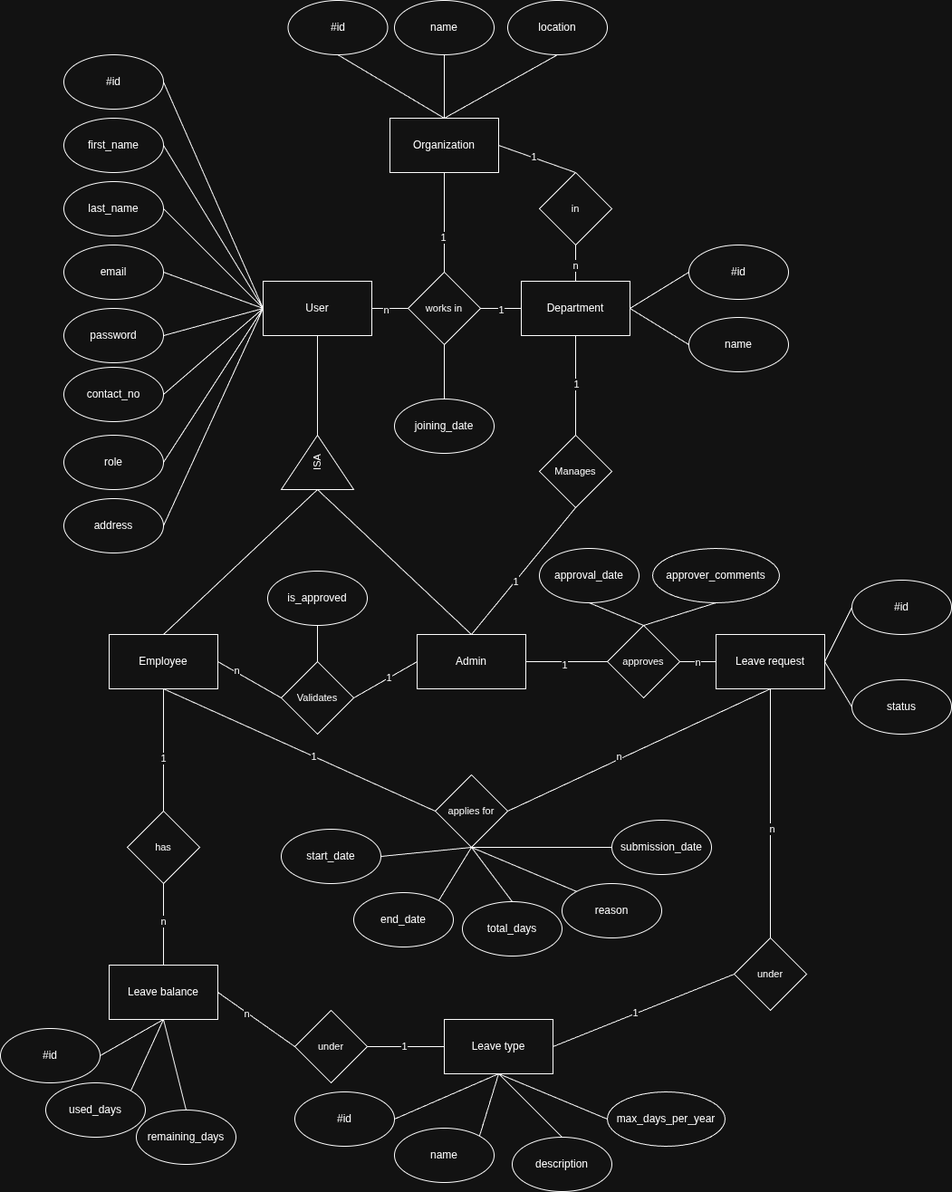
This is software_design_files/ER_diagram/ELMS_ERD.png from arpan-mondal-3000/elms-software, a draw.io export, as it was before one commit. Source tidied: cells renumbered, new cells last; positions are measured from the earlier drawing's top-left corner, leaving out a move shared by most shapes.
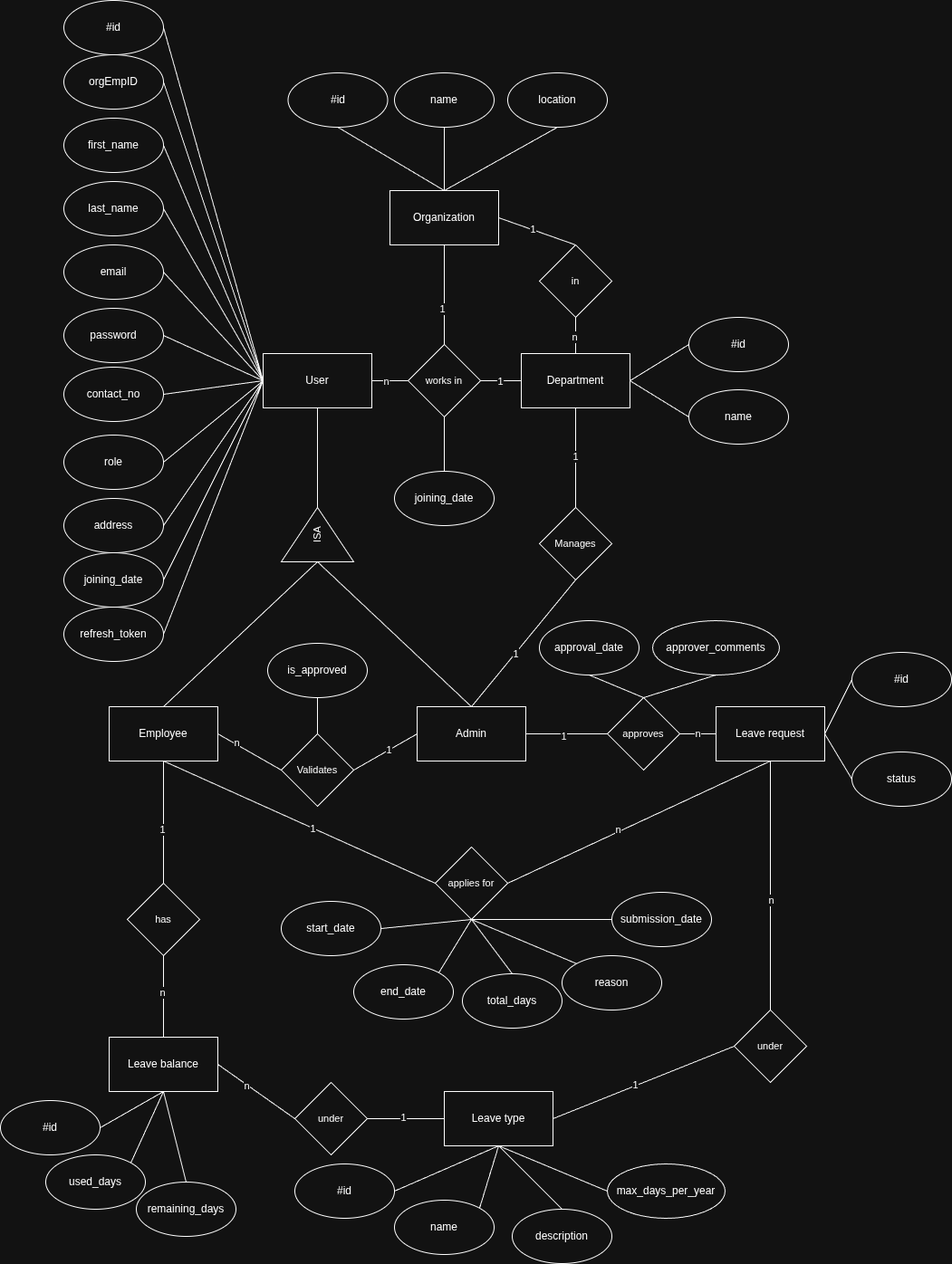
After the commit.

What changed in the source:
```diff
@@ -36,28 +36,28 @@
       <mxGeometry x="290" y="310" width="120" height="60" as="geometry" />
     </mxCell>
     <mxCell id="13" value="#id" style="ellipse;whiteSpace=wrap;html=1;" parent="1" vertex="1">
-      <mxGeometry x="70" y="60" width="110" height="60" as="geometry" />
+      <mxGeometry x="70" y="-80" width="110" height="60" as="geometry" />
     </mxCell>
     <mxCell id="14" value="first_name" style="ellipse;whiteSpace=wrap;html=1;" parent="1" vertex="1">
-      <mxGeometry x="70" y="130" width="110" height="60" as="geometry" />
+      <mxGeometry x="70" y="50" width="110" height="60" as="geometry" />
     </mxCell>
     <mxCell id="15" value="last_name" style="ellipse;whiteSpace=wrap;html=1;" parent="1" vertex="1">
-      <mxGeometry x="70" y="200" width="110" height="60" as="geometry" />
+      <mxGeometry x="70" y="120" width="110" height="60" as="geometry" />
     </mxCell>
     <mxCell id="16" value="email" style="ellipse;whiteSpace=wrap;html=1;" parent="1" vertex="1">
-      <mxGeometry x="70" y="270" width="110" height="60" as="geometry" />
+      <mxGeometry x="70" y="190" width="110" height="60" as="geometry" />
     </mxCell>
     <mxCell id="17" value="password" style="ellipse;whiteSpace=wrap;html=1;" parent="1" vertex="1">
-      <mxGeometry x="70" y="340" width="110" height="60" as="geometry" />
+      <mxGeometry x="70" y="260" width="110" height="60" as="geometry" />
     </mxCell>
     <mxCell id="18" value="contact_no" style="ellipse;whiteSpace=wrap;html=1;" parent="1" vertex="1">
-      <mxGeometry x="70" y="405" width="110" height="60" as="geometry" />
+      <mxGeometry x="70" y="325" width="110" height="60" as="geometry" />
     </mxCell>
     <mxCell id="19" value="role" style="ellipse;whiteSpace=wrap;html=1;" parent="1" vertex="1">
-      <mxGeometry x="70" y="480" width="110" height="60" as="geometry" />
+      <mxGeometry x="70" y="400" width="110" height="60" as="geometry" />
     </mxCell>
     <mxCell id="20" value="address" style="ellipse;whiteSpace=wrap;html=1;" parent="1" vertex="1">
-      <mxGeometry x="70" y="550" width="110" height="60" as="geometry" />
+      <mxGeometry x="70" y="470" width="110" height="60" as="geometry" />
     </mxCell>
     <mxCell id="21" style="edgeStyle=none;shape=connector;rounded=0;jettySize=auto;html=1;exitX=1;exitY=0.5;exitDx=0;exitDy=0;entryX=0.5;entryY=1;entryDx=0;entryDy=0;strokeColor=default;align=center;verticalAlign=middle;fontFamily=Helvetica;fontSize=11;fontColor=default;labelBackgroundColor=default;endArrow=none;endFill=0;" parent="1" edge="1" source="24" target="12">
       <mxGeometry relative="1" as="geometry" />
@@ -369,5 +369,23 @@
     <mxCell id="122" value="in" style="rhombus;whiteSpace=wrap;html=1;fontFamily=Helvetica;fontSize=11;fontColor=default;labelBackgroundColor=default;" parent="1" vertex="1">
       <mxGeometry x="595" y="190" width="80" height="80" as="geometry" />
     </mxCell>
+    <mxCell id="123" style="rounded=0;jettySize=auto;html=1;exitX=1;exitY=0.5;exitDx=0;exitDy=0;entryX=0;entryY=0.5;entryDx=0;entryDy=0;endArrow=none;endFill=0;" parent="1" edge="1" source="124" target="12">
+      <mxGeometry relative="1" as="geometry" />
+    </mxCell>
+    <mxCell id="124" value="orgEmpID" style="ellipse;whiteSpace=wrap;html=1;" parent="1" vertex="1">
+      <mxGeometry x="70" y="-20" width="110" height="60" as="geometry" />
+    </mxCell>
+    <mxCell id="125" style="edgeStyle=none;shape=connector;rounded=0;jettySize=auto;html=1;exitX=1;exitY=0.5;exitDx=0;exitDy=0;entryX=0;entryY=0.5;entryDx=0;entryDy=0;strokeColor=default;align=center;verticalAlign=middle;fontFamily=Helvetica;fontSize=11;fontColor=default;labelBackgroundColor=default;endArrow=none;endFill=0;" parent="1" edge="1" source="126" target="12">
+      <mxGeometry relative="1" as="geometry" />
+    </mxCell>
+    <mxCell id="126" value="joining_date" style="ellipse;whiteSpace=wrap;html=1;" parent="1" vertex="1">
+      <mxGeometry x="70" y="530" width="110" height="60" as="geometry" />
+    </mxCell>
+    <mxCell id="127" style="edgeStyle=none;shape=connector;rounded=0;jettySize=auto;html=1;exitX=1;exitY=0.5;exitDx=0;exitDy=0;entryX=0;entryY=0.5;entryDx=0;entryDy=0;strokeColor=default;align=center;verticalAlign=middle;fontFamily=Helvetica;fontSize=11;fontColor=default;labelBackgroundColor=default;endArrow=none;endFill=0;" parent="1" edge="1" source="128" target="12">
+      <mxGeometry relative="1" as="geometry" />
+    </mxCell>
+    <mxCell id="128" value="refresh_token" style="ellipse;whiteSpace=wrap;html=1;" parent="1" vertex="1">
+      <mxGeometry x="70" y="590" width="110" height="60" as="geometry" />
+    </mxCell>
   </root>
 </mxGraphModel>
```
